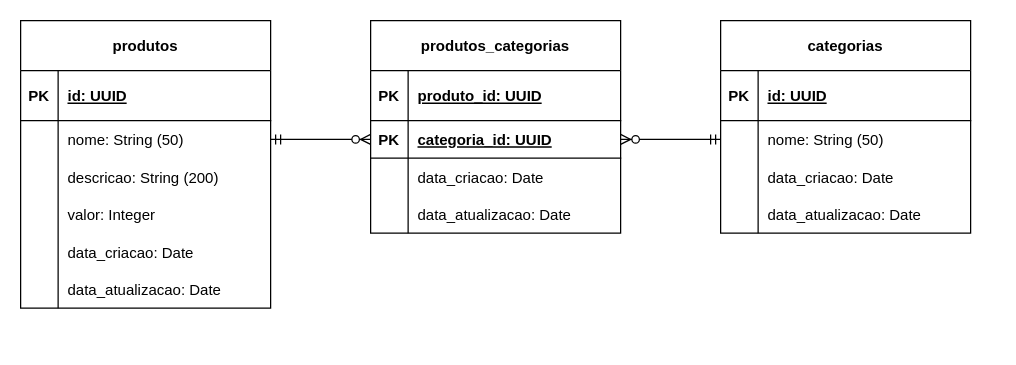
The draw.io diagram page "Modelo Lógico" (2 of 2) of requirements/ecommerce-database.drawio in SliverNV/ecommerce-node-ap, before the edit. Source tidied: cells renumbered, new cells numbered last; positions are measured from the earlier drawing's top-left corner, leaving out a move shared by most shapes. Both pictures are drawn from the tidied source at 125%, with x=0, y=0 at pixel (20, 20).
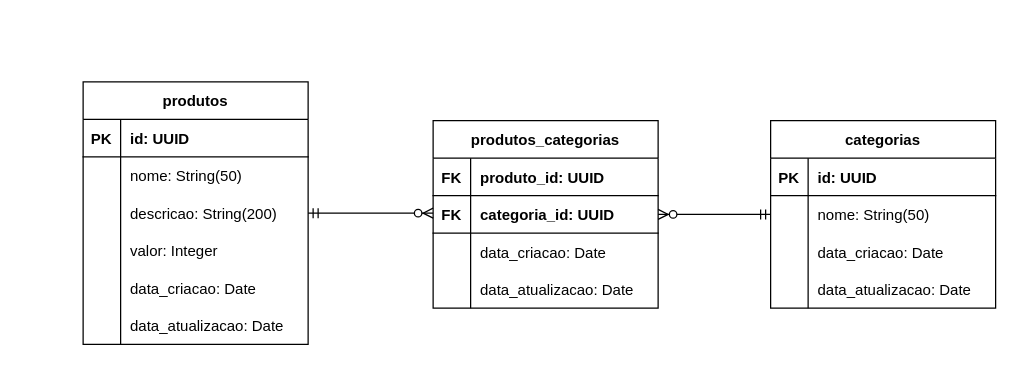
The same diagram, later.

The edit, as a diff of the source:
```diff
@@
-    <mxCell id="2" value="produtos" style="shape=table;startSize=40;childLayout=tableLayout;rowLines=0;fontStyle=1;align=center;" parent="1" vertex="1">
-      <mxGeometry width="200" height="230" as="geometry" />
+    <mxCell id="2" value="produtos" style="shape=table;startSize=30;childLayout=tableLayout;rowLines=0;fontStyle=1;align=center;" parent="1" vertex="1">
+      <mxGeometry x="50" y="49" width="180" height="210" as="geometry" />
     </mxCell>
-    <mxCell id="3" style="shape=tableRow;horizontal=0;startSize=0;swimlaneHead=0;swimlaneBody=0;fillColor=none;top=0;left=0;right=0;bottom=1;" parent="2" vertex="1">
-      <mxGeometry y="40" width="200" height="40" as="geometry" />
-    </mxCell>
-    <mxCell id="4" value="PK" style="shape=partialRectangle;fillColor=none;top=0;left=0;bottom=0;right=0;fontStyle=1;overflow=hidden;" parent="3" vertex="1">
-      <mxGeometry width="30" height="40" as="geometry" />
-    </mxCell>
-    <mxCell id="5" value="id: UUID" style="shape=partialRectangle;fillColor=none;top=0;left=0;bottom=0;right=0;align=left;spacingLeft=6;fontStyle=5;overflow=hidden;" parent="3" vertex="1">
-      <mxGeometry x="30" width="170" height="40" as="geometry" />
-    </mxCell>
-    <mxCell id="6" style="shape=tableRow;horizontal=0;startSize=0;swimlaneHead=0;swimlaneBody=0;fillColor=none;points=[[0,0.5],[1,0.5]];portConstraint=eastwest;top=0;left=0;right=0;bottom=0;" parent="2" vertex="1">
-      <mxGeometry y="80" width="200" height="30" as="geometry" />
-    </mxCell>
-    <mxCell id="7" style="shape=partialRectangle;fillColor=none;top=0;left=0;bottom=0;right=0;overflow=hidden;" parent="6" vertex="1">
-      <mxGeometry width="30" height="30" as="geometry" />
-    </mxCell>
-    <mxCell id="8" value="nome: String (50)" style="shape=partialRectangle;fillColor=none;top=0;left=0;bottom=0;right=0;align=left;spacingLeft=6;overflow=hidden;" parent="6" vertex="1">
-      <mxGeometry x="30" width="170" height="30" as="geometry" />
-    </mxCell>
-    <mxCell id="9" style="shape=tableRow;horizontal=0;startSize=0;swimlaneHead=0;swimlaneBody=0;fillColor=none;top=0;left=0;right=0;bottom=0;" parent="2" vertex="1">
-      <mxGeometry y="110" width="200" height="30" as="geometry" />
-    </mxCell>
-    <mxCell id="10" style="shape=partialRectangle;fillColor=none;top=0;left=0;bottom=0;right=0;overflow=hidden;" parent="9" vertex="1">
-      <mxGeometry width="30" height="30" as="geometry" />
-    </mxCell>
-    <mxCell id="11" value="descricao: String (200)" style="shape=partialRectangle;fillColor=none;top=0;left=0;bottom=0;right=0;align=left;spacingLeft=6;overflow=hidden;" parent="9" vertex="1">
-      <mxGeometry x="30" width="170" height="30" as="geometry" />
-    </mxCell>
-    <mxCell id="12" style="shape=tableRow;horizontal=0;startSize=0;swimlaneHead=0;swimlaneBody=0;fillColor=none;top=0;left=0;right=0;bottom=0;" parent="2" vertex="1">
-      <mxGeometry y="140" width="200" height="30" as="geometry" />
-    </mxCell>
-    <mxCell id="13" style="shape=partialRectangle;fillColor=none;top=0;left=0;bottom=0;right=0;overflow=hidden;" parent="12" vertex="1">
-      <mxGeometry width="30" height="30" as="geometry" />
-    </mxCell>
+    <mxCell id="49" style="shape=tableRow;horizontal=0;startSize=0;swimlaneHead=0;swimlaneBody=0;fillColor=none;top=0;left=0;right=0;bottom=1;" parent="2" vertex="1">
+      <mxGeometry y="30" width="180" height="30" as="geometry" />
+    </mxCell>
+    <mxCell id="50" value="PK" style="shape=partialRectangle;fillColor=none;top=0;left=0;bottom=0;right=0;fontStyle=1;overflow=hidden;" parent="49" vertex="1">
+      <mxGeometry width="30" height="30" as="geometry" />
+    </mxCell>
+    <mxCell id="51" value="id: UUID" style="shape=partialRectangle;fillColor=none;top=0;left=0;bottom=0;right=0;align=left;spacingLeft=6;fontStyle=1;overflow=hidden;" parent="49" vertex="1">
+      <mxGeometry x="30" width="150" height="30" as="geometry" />
+    </mxCell>
+    <mxCell id="52" style="shape=tableRow;horizontal=0;startSize=0;swimlaneHead=0;swimlaneBody=0;fillColor=none;top=0;left=0;right=0;bottom=0;" parent="2" vertex="1">
+      <mxGeometry y="60" width="180" height="30" as="geometry" />
+    </mxCell>
+    <mxCell id="53" style="shape=partialRectangle;fillColor=none;top=0;left=0;bottom=0;right=0;overflow=hidden;" parent="52" vertex="1">
+      <mxGeometry width="30" height="30" as="geometry" />
+    </mxCell>
+    <mxCell id="54" value="nome: String(50)" style="shape=partialRectangle;fillColor=none;top=0;left=0;bottom=0;right=0;align=left;spacingLeft=6;overflow=hidden;" parent="52" vertex="1">
+      <mxGeometry x="30" width="150" height="30" as="geometry" />
+    </mxCell>
+    <mxCell id="55" style="shape=tableRow;horizontal=0;startSize=0;swimlaneHead=0;swimlaneBody=0;fillColor=none;points=[[0,0.5],[1,0.5]];portConstraint=eastwest;top=0;left=0;right=0;bottom=0;" parent="2" vertex="1">
+      <mxGeometry y="90" width="180" height="30" as="geometry" />
+    </mxCell>
+    <mxCell id="56" style="shape=partialRectangle;fillColor=none;top=0;left=0;bottom=0;right=0;overflow=hidden;" parent="55" vertex="1">
+      <mxGeometry width="30" height="30" as="geometry" />
+    </mxCell>
+    <mxCell id="57" value="descricao: String(200)" style="shape=partialRectangle;fillColor=none;top=0;left=0;bottom=0;right=0;align=left;spacingLeft=6;overflow=hidden;" parent="55" vertex="1">
+      <mxGeometry x="30" width="150" height="30" as="geometry" />
+    </mxCell>
+    <mxCell id="58" style="shape=tableRow;horizontal=0;startSize=0;swimlaneHead=0;swimlaneBody=0;fillColor=none;top=0;left=0;right=0;bottom=0;" parent="2" vertex="1">
+      <mxGeometry y="120" width="180" height="30" as="geometry" />
+    </mxCell>
+    <mxCell id="59" style="shape=partialRectangle;fillColor=none;top=0;left=0;bottom=0;right=0;overflow=hidden;" parent="58" vertex="1">
+      <mxGeometry width="30" height="30" as="geometry" />
+    </mxCell>
-    <mxCell id="14" value="valor: Integer" style="shape=partialRectangle;fillColor=none;top=0;left=0;bottom=0;right=0;align=left;spacingLeft=6;overflow=hidden;" parent="12" vertex="1">
-      <mxGeometry x="30" width="170" height="30" as="geometry" />
+    <mxCell id="14" value="valor: Integer" style="shape=partialRectangle;fillColor=none;top=0;left=0;bottom=0;right=0;align=left;spacingLeft=6;overflow=hidden;" parent="58" vertex="1">
+      <mxGeometry x="30" width="150" height="30" as="geometry" />
     </mxCell>
-    <mxCell id="15" style="shape=tableRow;horizontal=0;startSize=0;swimlaneHead=0;swimlaneBody=0;fillColor=none;top=0;left=0;right=0;bottom=0;" parent="2" vertex="1">
-      <mxGeometry y="170" width="200" height="30" as="geometry" />
-    </mxCell>
-    <mxCell id="16" style="shape=partialRectangle;fillColor=none;top=0;left=0;bottom=0;right=0;overflow=hidden;" parent="15" vertex="1">
-      <mxGeometry width="30" height="30" as="geometry" />
-    </mxCell>
-    <mxCell id="17" value="data_criacao: Date" style="shape=partialRectangle;fillColor=none;top=0;left=0;bottom=0;right=0;align=left;spacingLeft=6;overflow=hidden;" parent="15" vertex="1">
-      <mxGeometry x="30" width="170" height="30" as="geometry" />
-    </mxCell>
-    <mxCell id="18" style="shape=tableRow;horizontal=0;startSize=0;swimlaneHead=0;swimlaneBody=0;fillColor=none;top=0;left=0;right=0;bottom=0;" parent="2" vertex="1">
-      <mxGeometry y="200" width="200" height="30" as="geometry" />
-    </mxCell>
-    <mxCell id="19" style="shape=partialRectangle;fillColor=none;top=0;left=0;bottom=0;right=0;overflow=hidden;" parent="18" vertex="1">
-      <mxGeometry width="30" height="30" as="geometry" />
-    </mxCell>
-    <mxCell id="20" value="data_atualizacao: Date" style="shape=partialRectangle;fillColor=none;top=0;left=0;bottom=0;right=0;align=left;spacingLeft=6;overflow=hidden;" parent="18" vertex="1">
-      <mxGeometry x="30" width="170" height="30" as="geometry" />
-    </mxCell>
+    <mxCell id="60" style="shape=tableRow;horizontal=0;startSize=0;swimlaneHead=0;swimlaneBody=0;fillColor=none;top=0;left=0;right=0;bottom=0;" parent="2" vertex="1">
+      <mxGeometry y="150" width="180" height="30" as="geometry" />
+    </mxCell>
+    <mxCell id="61" style="shape=partialRectangle;fillColor=none;top=0;left=0;bottom=0;right=0;overflow=hidden;" parent="60" vertex="1">
+      <mxGeometry width="30" height="30" as="geometry" />
+    </mxCell>
+    <mxCell id="62" value="data_criacao: Date" style="shape=partialRectangle;fillColor=none;top=0;left=0;bottom=0;right=0;align=left;spacingLeft=6;overflow=hidden;" parent="60" vertex="1">
+      <mxGeometry x="30" width="150" height="30" as="geometry" />
+    </mxCell>
+    <mxCell id="63" style="shape=tableRow;horizontal=0;startSize=0;swimlaneHead=0;swimlaneBody=0;fillColor=none;top=0;left=0;right=0;bottom=0;" parent="2" vertex="1">
+      <mxGeometry y="180" width="180" height="30" as="geometry" />
+    </mxCell>
+    <mxCell id="64" style="shape=partialRectangle;fillColor=none;top=0;left=0;bottom=0;right=0;overflow=hidden;" parent="63" vertex="1">
+      <mxGeometry width="30" height="30" as="geometry" />
+    </mxCell>
+    <mxCell id="65" value="data_atualizacao: Date" style="shape=partialRectangle;fillColor=none;top=0;left=0;bottom=0;right=0;align=left;spacingLeft=6;overflow=hidden;" parent="63" vertex="1">
+      <mxGeometry x="30" width="150" height="30" as="geometry" />
+    </mxCell>
-    <mxCell id="21" value="categorias" style="shape=table;startSize=40;childLayout=tableLayout;rowLines=0;fontStyle=1;align=center;" parent="1" vertex="1">
-      <mxGeometry x="560" width="200" height="170" as="geometry" />
+    <mxCell id="21" value="categorias" style="shape=table;startSize=30;childLayout=tableLayout;rowLines=0;fontStyle=1;align=center;" parent="1" vertex="1">
+      <mxGeometry x="600" y="80" width="180" height="150" as="geometry" />
     </mxCell>
-    <mxCell id="22" style="shape=tableRow;horizontal=0;startSize=0;swimlaneHead=0;swimlaneBody=0;fillColor=none;top=0;left=0;right=0;bottom=1;" parent="21" vertex="1">
-      <mxGeometry y="40" width="200" height="40" as="geometry" />
-    </mxCell>
-    <mxCell id="23" value="PK" style="shape=partialRectangle;fillColor=none;top=0;left=0;bottom=0;right=0;fontStyle=1;overflow=hidden;" parent="22" vertex="1">
-      <mxGeometry width="30" height="40" as="geometry" />
-    </mxCell>
-    <mxCell id="24" value="id: UUID" style="shape=partialRectangle;fillColor=none;top=0;left=0;bottom=0;right=0;align=left;spacingLeft=6;fontStyle=5;overflow=hidden;" parent="22" vertex="1">
-      <mxGeometry x="30" width="170" height="40" as="geometry" />
-    </mxCell>
-    <mxCell id="25" style="shape=tableRow;horizontal=0;startSize=0;swimlaneHead=0;swimlaneBody=0;fillColor=none;points=[[0,0.5],[1,0.5]];portConstraint=eastwest;top=0;left=0;right=0;bottom=0;" parent="21" vertex="1">
-      <mxGeometry y="80" width="200" height="30" as="geometry" />
-    </mxCell>
-    <mxCell id="26" style="shape=partialRectangle;fillColor=none;top=0;left=0;bottom=0;right=0;overflow=hidden;" parent="25" vertex="1">
-      <mxGeometry width="30" height="30" as="geometry" />
-    </mxCell>
-    <mxCell id="27" value="nome: String (50)" style="shape=partialRectangle;fillColor=none;top=0;left=0;bottom=0;right=0;align=left;spacingLeft=6;overflow=hidden;" parent="25" vertex="1">
-      <mxGeometry x="30" width="170" height="30" as="geometry" />
-    </mxCell>
-    <mxCell id="28" style="shape=tableRow;horizontal=0;startSize=0;swimlaneHead=0;swimlaneBody=0;fillColor=none;top=0;left=0;right=0;bottom=0;" parent="21" vertex="1">
-      <mxGeometry y="110" width="200" height="30" as="geometry" />
-    </mxCell>
-    <mxCell id="29" style="shape=partialRectangle;fillColor=none;top=0;left=0;bottom=0;right=0;overflow=hidden;" parent="28" vertex="1">
-      <mxGeometry width="30" height="30" as="geometry" />
-    </mxCell>
-    <mxCell id="30" value="data_criacao: Date" style="shape=partialRectangle;fillColor=none;top=0;left=0;bottom=0;right=0;align=left;spacingLeft=6;overflow=hidden;" parent="28" vertex="1">
-      <mxGeometry x="30" width="170" height="30" as="geometry" />
-    </mxCell>
-    <mxCell id="31" style="shape=tableRow;horizontal=0;startSize=0;swimlaneHead=0;swimlaneBody=0;fillColor=none;top=0;left=0;right=0;bottom=0;" parent="21" vertex="1">
-      <mxGeometry y="140" width="200" height="30" as="geometry" />
-    </mxCell>
-    <mxCell id="32" style="shape=partialRectangle;fillColor=none;top=0;left=0;bottom=0;right=0;overflow=hidden;" parent="31" vertex="1">
-      <mxGeometry width="30" height="30" as="geometry" />
-    </mxCell>
-    <mxCell id="33" value="data_atualizacao: Date" style="shape=partialRectangle;fillColor=none;top=0;left=0;bottom=0;right=0;align=left;spacingLeft=6;overflow=hidden;" parent="31" vertex="1">
-      <mxGeometry x="30" width="170" height="30" as="geometry" />
-    </mxCell>
+    <mxCell id="66" style="shape=tableRow;horizontal=0;startSize=0;swimlaneHead=0;swimlaneBody=0;fillColor=none;top=0;left=0;right=0;bottom=1;" parent="21" vertex="1">
+      <mxGeometry y="30" width="180" height="30" as="geometry" />
+    </mxCell>
+    <mxCell id="67" value="PK" style="shape=partialRectangle;fillColor=none;top=0;left=0;bottom=0;right=0;fontStyle=1;overflow=hidden;" parent="66" vertex="1">
+      <mxGeometry width="30" height="30" as="geometry" />
+    </mxCell>
+    <mxCell id="68" value="id: UUID" style="shape=partialRectangle;fillColor=none;top=0;left=0;bottom=0;right=0;align=left;spacingLeft=6;fontStyle=1;overflow=hidden;" parent="66" vertex="1">
+      <mxGeometry x="30" width="150" height="30" as="geometry" />
+    </mxCell>
+    <mxCell id="69" style="shape=tableRow;horizontal=0;startSize=0;swimlaneHead=0;swimlaneBody=0;fillColor=none;points=[[0,0.5],[1,0.5]];portConstraint=eastwest;top=0;left=0;right=0;bottom=0;" parent="21" vertex="1">
+      <mxGeometry y="60" width="180" height="30" as="geometry" />
+    </mxCell>
+    <mxCell id="70" style="shape=partialRectangle;fillColor=none;top=0;left=0;bottom=0;right=0;overflow=hidden;" parent="69" vertex="1">
+      <mxGeometry width="30" height="30" as="geometry" />
+    </mxCell>
+    <mxCell id="71" value="nome: String(50)" style="shape=partialRectangle;fillColor=none;top=0;left=0;bottom=0;right=0;align=left;spacingLeft=6;overflow=hidden;" parent="69" vertex="1">
+      <mxGeometry x="30" width="150" height="30" as="geometry" />
+    </mxCell>
+    <mxCell id="72" style="shape=tableRow;horizontal=0;startSize=0;swimlaneHead=0;swimlaneBody=0;fillColor=none;top=0;left=0;right=0;bottom=0;" parent="21" vertex="1">
+      <mxGeometry y="90" width="180" height="30" as="geometry" />
+    </mxCell>
+    <mxCell id="73" style="shape=partialRectangle;fillColor=none;top=0;left=0;bottom=0;right=0;overflow=hidden;" parent="72" vertex="1">
+      <mxGeometry width="30" height="30" as="geometry" />
+    </mxCell>
+    <mxCell id="74" value="data_criacao: Date" style="shape=partialRectangle;fillColor=none;top=0;left=0;bottom=0;right=0;align=left;spacingLeft=6;overflow=hidden;" parent="72" vertex="1">
+      <mxGeometry x="30" width="150" height="30" as="geometry" />
+    </mxCell>
+    <mxCell id="75" style="shape=tableRow;horizontal=0;startSize=0;swimlaneHead=0;swimlaneBody=0;fillColor=none;top=0;left=0;right=0;bottom=0;" parent="21" vertex="1">
+      <mxGeometry y="120" width="180" height="30" as="geometry" />
+    </mxCell>
+    <mxCell id="76" style="shape=partialRectangle;fillColor=none;top=0;left=0;bottom=0;right=0;overflow=hidden;" parent="75" vertex="1">
+      <mxGeometry width="30" height="30" as="geometry" />
+    </mxCell>
+    <mxCell id="77" value="data_atualizacao: Date" style="shape=partialRectangle;fillColor=none;top=0;left=0;bottom=0;right=0;align=left;spacingLeft=6;overflow=hidden;" parent="75" vertex="1">
+      <mxGeometry x="30" width="150" height="30" as="geometry" />
+    </mxCell>
-    <mxCell id="34" value="produtos_categorias" style="shape=table;startSize=40;childLayout=tableLayout;rowLines=0;fontStyle=1;align=center;" parent="1" vertex="1">
-      <mxGeometry x="280" width="200" height="170" as="geometry" />
+    <mxCell id="34" value="produtos_categorias" style="shape=table;startSize=30;childLayout=tableLayout;rowLines=0;fontStyle=1;align=center;" parent="1" vertex="1">
+      <mxGeometry x="330" y="80" width="180" height="150" as="geometry" />
     </mxCell>
-    <mxCell id="35" style="shape=tableRow;horizontal=0;startSize=0;swimlaneHead=0;swimlaneBody=0;fillColor=none;top=0;left=0;right=0;bottom=1;" parent="34" vertex="1">
-      <mxGeometry y="40" width="200" height="40" as="geometry" />
-    </mxCell>
-    <mxCell id="36" value="PK" style="shape=partialRectangle;fillColor=none;top=0;left=0;bottom=0;right=0;fontStyle=1;overflow=hidden;" parent="35" vertex="1">
-      <mxGeometry width="30" height="40" as="geometry" />
-    </mxCell>
+    <mxCell id="78" style="shape=tableRow;horizontal=0;startSize=0;swimlaneHead=0;swimlaneBody=0;fillColor=none;top=0;left=0;right=0;bottom=1;" parent="34" vertex="1">
+      <mxGeometry y="30" width="180" height="30" as="geometry" />
+    </mxCell>
+    <mxCell id="79" value="FK" style="shape=partialRectangle;fillColor=none;top=0;left=0;bottom=0;right=0;fontStyle=1;overflow=hidden;" parent="78" vertex="1">
+      <mxGeometry width="30" height="30" as="geometry" />
+    </mxCell>
-    <mxCell id="37" value="produto_id: UUID" style="shape=partialRectangle;fillColor=none;top=0;left=0;bottom=0;right=0;align=left;spacingLeft=6;fontStyle=5;overflow=hidden;" parent="35" vertex="1">
-      <mxGeometry x="30" width="170" height="40" as="geometry" />
+    <mxCell id="37" value="produto_id: UUID" style="shape=partialRectangle;fillColor=none;top=0;left=0;bottom=0;right=0;align=left;spacingLeft=6;fontStyle=1;overflow=hidden;" parent="78" vertex="1">
+      <mxGeometry x="30" width="150" height="30" as="geometry" />
     </mxCell>
-    <mxCell id="38" style="shape=tableRow;horizontal=0;startSize=0;swimlaneHead=0;swimlaneBody=0;fillColor=none;points=[[0,0.5],[1,0.5]];portConstraint=eastwest;top=0;left=0;right=0;bottom=1;" parent="34" vertex="1">
-      <mxGeometry y="80" width="200" height="30" as="geometry" />
-    </mxCell>
-    <mxCell id="39" value="PK" style="shape=partialRectangle;fillColor=none;top=0;left=0;bottom=0;right=0;fontStyle=1;overflow=hidden;" parent="38" vertex="1">
-      <mxGeometry width="30" height="30" as="geometry" />
-    </mxCell>
+    <mxCell id="80" style="shape=tableRow;horizontal=0;startSize=0;swimlaneHead=0;swimlaneBody=0;fillColor=none;points=[[0,0.5],[1,0.5]];portConstraint=eastwest;top=0;left=0;right=0;bottom=1;" parent="34" vertex="1">
+      <mxGeometry y="60" width="180" height="30" as="geometry" />
+    </mxCell>
+    <mxCell id="81" value="FK" style="shape=partialRectangle;fillColor=none;top=0;left=0;bottom=0;right=0;fontStyle=1;overflow=hidden;" parent="80" vertex="1">
+      <mxGeometry width="30" height="30" as="geometry" />
+    </mxCell>
-    <mxCell id="40" value="categoria_id: UUID" style="shape=partialRectangle;fillColor=none;top=0;left=0;bottom=0;right=0;align=left;spacingLeft=6;fontStyle=5;overflow=hidden;" parent="38" vertex="1">
-      <mxGeometry x="30" width="170" height="30" as="geometry" />
+    <mxCell id="40" value="categoria_id: UUID" style="shape=partialRectangle;fillColor=none;top=0;left=0;bottom=0;right=0;align=left;spacingLeft=6;fontStyle=1;overflow=hidden;" parent="80" vertex="1">
+      <mxGeometry x="30" width="150" height="30" as="geometry" />
     </mxCell>
-    <mxCell id="41" style="shape=tableRow;horizontal=0;startSize=0;swimlaneHead=0;swimlaneBody=0;fillColor=none;top=0;left=0;right=0;bottom=0;" parent="34" vertex="1">
-      <mxGeometry y="110" width="200" height="30" as="geometry" />
-    </mxCell>
-    <mxCell id="42" style="shape=partialRectangle;fillColor=none;top=0;left=0;bottom=0;right=0;overflow=hidden;" parent="41" vertex="1">
-      <mxGeometry width="30" height="30" as="geometry" />
-    </mxCell>
-    <mxCell id="43" value="data_criacao: Date" style="shape=partialRectangle;fillColor=none;top=0;left=0;bottom=0;right=0;align=left;spacingLeft=6;overflow=hidden;" parent="41" vertex="1">
-      <mxGeometry x="30" width="170" height="30" as="geometry" />
-    </mxCell>
-    <mxCell id="44" style="shape=tableRow;horizontal=0;startSize=0;swimlaneHead=0;swimlaneBody=0;fillColor=none;top=0;left=0;right=0;bottom=0;" parent="34" vertex="1">
-      <mxGeometry y="140" width="200" height="30" as="geometry" />
-    </mxCell>
-    <mxCell id="45" style="shape=partialRectangle;fillColor=none;top=0;left=0;bottom=0;right=0;overflow=hidden;" parent="44" vertex="1">
-      <mxGeometry width="30" height="30" as="geometry" />
-    </mxCell>
-    <mxCell id="46" value="data_atualizacao: Date" style="shape=partialRectangle;fillColor=none;top=0;left=0;bottom=0;right=0;align=left;spacingLeft=6;overflow=hidden;" parent="44" vertex="1">
-      <mxGeometry x="30" width="170" height="30" as="geometry" />
-    </mxCell>
-    <mxCell id="47" style="edgeStyle=entityRelationEdgeStyle;fontSize=12;html=1;endArrow=ERzeroToMany;startArrow=ERmandOne;entryX=0;entryY=0.5;entryDx=0;entryDy=0;" parent="1" edge="1" source="6" target="38">
-      <mxGeometry relative="1" as="geometry" />
-    </mxCell>
-    <mxCell id="48" style="edgeStyle=entityRelationEdgeStyle;fontSize=12;html=1;endArrow=ERzeroToMany;startArrow=ERmandOne;exitX=0;exitY=0.5;exitDx=0;exitDy=0;entryX=1;entryY=0.5;entryDx=0;entryDy=0;" parent="1" edge="1" source="25" target="38">
-      <mxGeometry relative="1" as="geometry" />
-    </mxCell>
+    <mxCell id="82" style="shape=tableRow;horizontal=0;startSize=0;swimlaneHead=0;swimlaneBody=0;fillColor=none;top=0;left=0;right=0;bottom=0;" parent="34" vertex="1">
+      <mxGeometry y="90" width="180" height="30" as="geometry" />
+    </mxCell>
+    <mxCell id="83" style="shape=partialRectangle;fillColor=none;top=0;left=0;bottom=0;right=0;overflow=hidden;" parent="82" vertex="1">
+      <mxGeometry width="30" height="30" as="geometry" />
+    </mxCell>
+    <mxCell id="84" value="data_criacao: Date" style="shape=partialRectangle;fillColor=none;top=0;left=0;bottom=0;right=0;align=left;spacingLeft=6;overflow=hidden;" parent="82" vertex="1">
+      <mxGeometry x="30" width="150" height="30" as="geometry" />
+    </mxCell>
+    <mxCell id="85" style="shape=tableRow;horizontal=0;startSize=0;swimlaneHead=0;swimlaneBody=0;fillColor=none;top=0;left=0;right=0;bottom=0;" parent="34" vertex="1">
+      <mxGeometry y="120" width="180" height="30" as="geometry" />
+    </mxCell>
+    <mxCell id="86" style="shape=partialRectangle;fillColor=none;top=0;left=0;bottom=0;right=0;overflow=hidden;" parent="85" vertex="1">
+      <mxGeometry width="30" height="30" as="geometry" />
+    </mxCell>
+    <mxCell id="87" value="data_atualizacao: Date" style="shape=partialRectangle;fillColor=none;top=0;left=0;bottom=0;right=0;align=left;spacingLeft=6;overflow=hidden;" parent="85" vertex="1">
+      <mxGeometry x="30" width="150" height="30" as="geometry" />
+    </mxCell>
+    <mxCell id="88" style="edgeStyle=entityRelationEdgeStyle;fontSize=12;html=1;endArrow=ERzeroToMany;startArrow=ERmandOne;exitX=1;exitY=0.5;exitDx=0;exitDy=0;entryX=0;entryY=0.5;entryDx=0;entryDy=0;" parent="1" edge="1" source="55">
+      <mxGeometry relative="1" as="geometry">
+        <mxPoint x="330" y="154" as="targetPoint" />
+      </mxGeometry>
+    </mxCell>
+    <mxCell id="89" style="edgeStyle=entityRelationEdgeStyle;fontSize=12;html=1;endArrow=ERzeroToMany;startArrow=ERmandOne;exitX=0;exitY=0.5;exitDx=0;exitDy=0;entryX=1;entryY=0.5;entryDx=0;entryDy=0;" parent="1" edge="1" source="69" target="80">
+      <mxGeometry relative="1" as="geometry" />
+    </mxCell>
```
